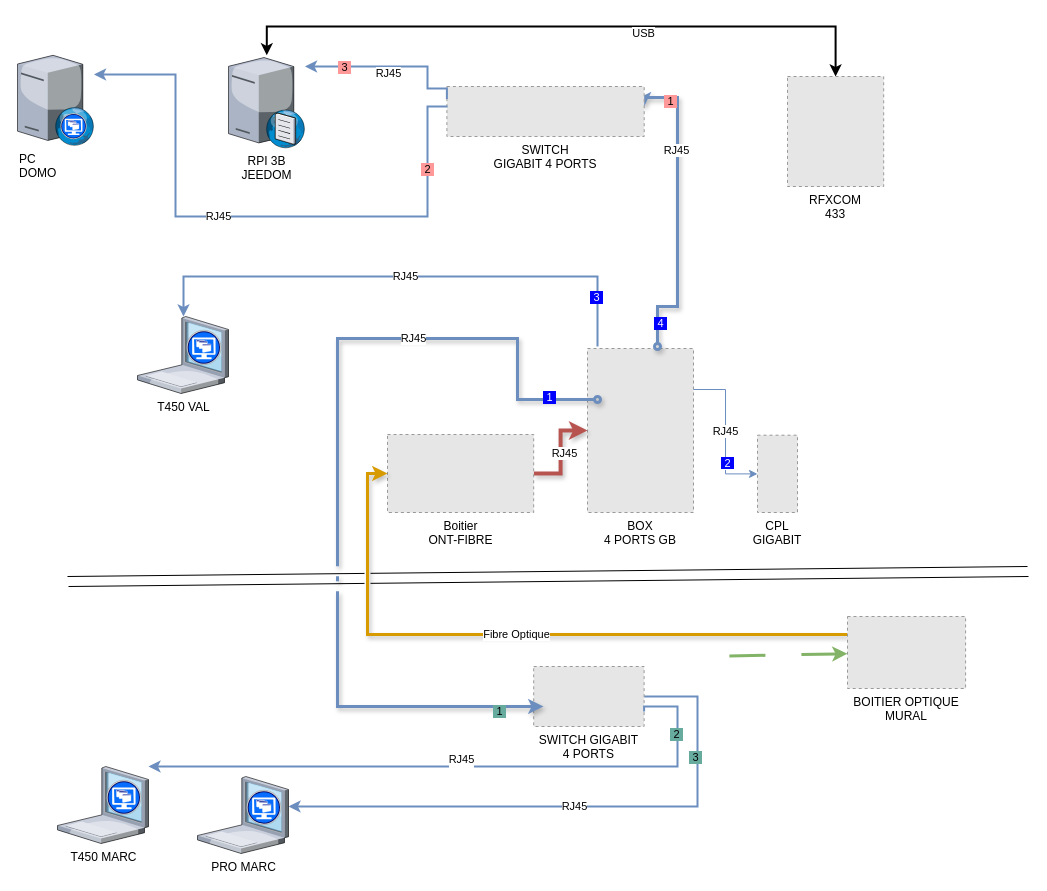
This is Untitled Diagram.drawio from bastero42/test, a draw.io file, before an edit. Source tidied: cells renumbered, new cells numbered last; positions are measured from the earlier drawing's top-left corner, leaving out a move shared by most shapes. Both pictures are drawn from the tidied source at 100%, with x=0, y=0 at pixel (17, 26). Pictures stored in the file or linked from it are replaced by grey dashed boxes.
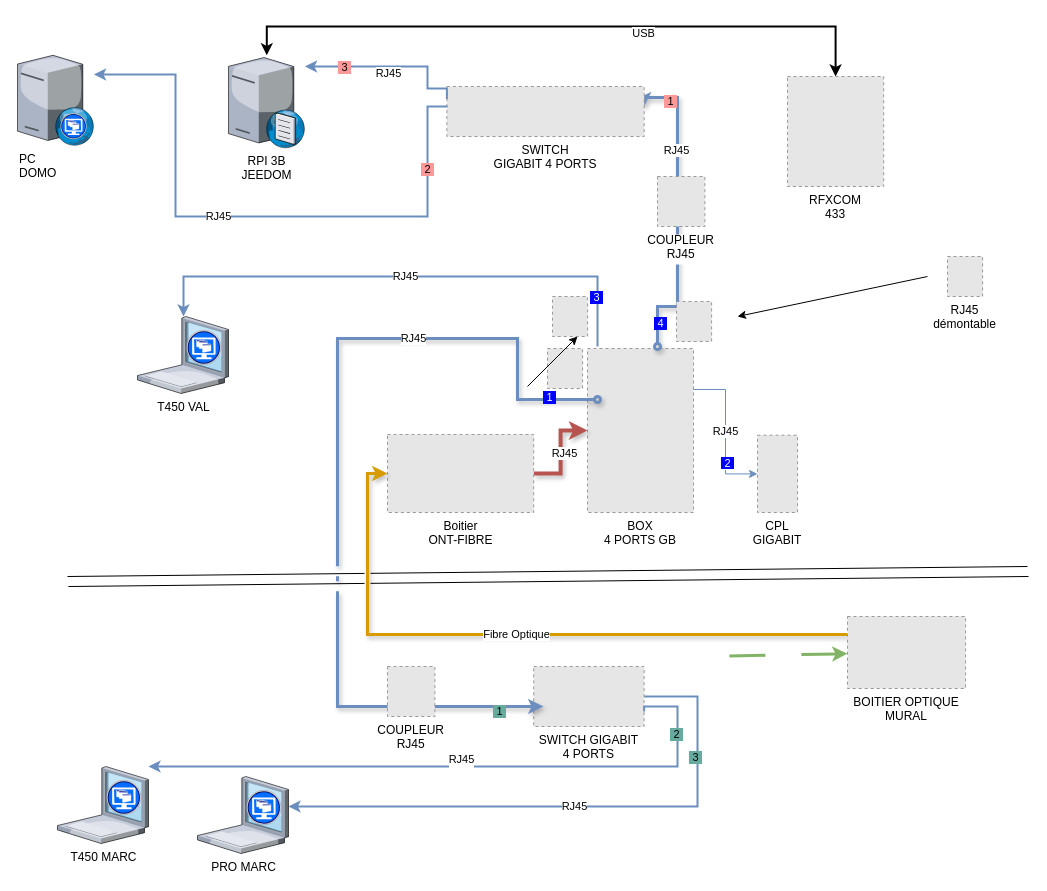
The same diagram, later.

Change to the diagram source:
```diff
@@
+    <mxCell id="43" style="fillColor=#E6E6E6;strokeColor=#999999;dashed=1;verticalLabelPosition=bottom;labelBackgroundColor=default;verticalAlign=top;" parent="1" vertex="1">
+      <mxGeometry x="530" y="322" width="35.1" height="40" as="geometry" />
+    </mxCell>
+    <mxCell id="44" style="fillColor=#E6E6E6;strokeColor=#999999;dashed=1;verticalLabelPosition=bottom;labelBackgroundColor=default;verticalAlign=top;" parent="1" vertex="1">
+      <mxGeometry x="659" y="275" width="35.1" height="40" as="geometry" />
+    </mxCell>
+    <mxCell id="45" style="fillColor=#E6E6E6;strokeColor=#999999;dashed=1;verticalLabelPosition=bottom;labelBackgroundColor=default;verticalAlign=top;" parent="1" vertex="1">
+      <mxGeometry x="535" y="270" width="35.1" height="40" as="geometry" />
+    </mxCell>
+    <mxCell id="46" value="COUPLEUR&#10;RJ45" style="fillColor=#E6E6E6;strokeColor=#999999;dashed=1;verticalLabelPosition=bottom;labelBackgroundColor=default;verticalAlign=top;" parent="1" vertex="1">
+      <mxGeometry x="640" y="150" width="47.4" height="50" as="geometry" />
+    </mxCell>
+    <mxCell id="47" value="COUPLEUR&#10;RJ45" style="fillColor=#E6E6E6;strokeColor=#999999;dashed=1;verticalLabelPosition=bottom;labelBackgroundColor=default;verticalAlign=top;" parent="1" vertex="1">
+      <mxGeometry x="370" y="640" width="47.4" height="50" as="geometry" />
+    </mxCell>
+    <mxCell id="48" value="RJ45&#10;démontable" style="fillColor=#E6E6E6;strokeColor=#999999;dashed=1;verticalLabelPosition=bottom;labelBackgroundColor=default;verticalAlign=top;" parent="1" vertex="1">
+      <mxGeometry x="930" y="230" width="35.1" height="40" as="geometry" />
+    </mxCell>
+    <mxCell id="49" style="endArrow=classic;html=1;rounded=0;" parent="1" edge="1">
+      <mxGeometry relative="1" as="geometry">
+        <mxPoint x="510" y="360" as="sourcePoint" />
+        <mxPoint x="560" y="310" as="targetPoint" />
+      </mxGeometry>
+    </mxCell>
+    <mxCell id="50" style="endArrow=classic;html=1;rounded=0;" parent="1" edge="1">
+      <mxGeometry relative="1" as="geometry">
+        <mxPoint x="910" y="250" as="sourcePoint" />
+        <mxPoint x="720" y="290" as="targetPoint" />
+      </mxGeometry>
+    </mxCell>
```
